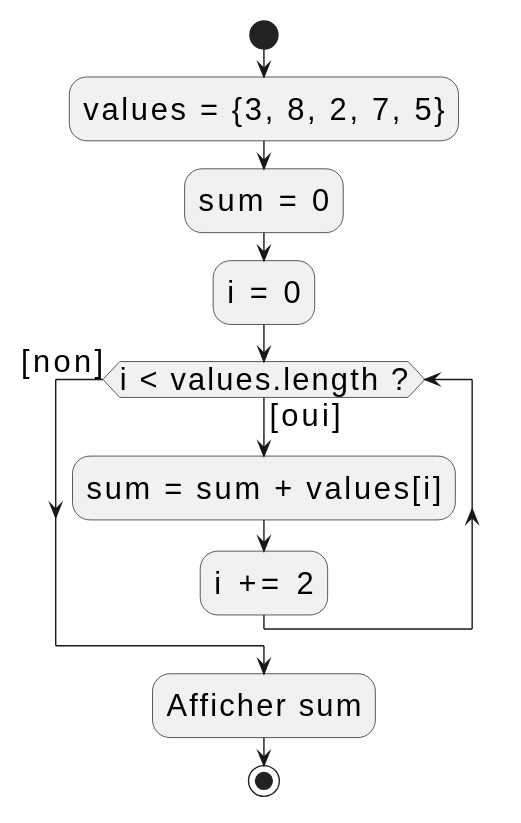
heig-vd-progim-course/heig-vd-progim1-course keeps this PlantUML diagram as materiel/08-tableaux-et-lancement-du-mini-projet/diagrammes/a11.svg. Above is the earlier version. Source of this version:
```plantuml
@startuml
skinparam backgroundColor transparent
skinparam defaultFontName sans-serif
skinparam defaultFontSize 22
!pragma useVerticalIf on

start
:values = {3, 8, 2, 7, 5};
:sum = 0;
:i = 0;
while (i < values.length ?) is ([oui])
  :sum = sum + values[i];
  :i += 2;
endwhile ([non])
:Afficher sum;
stop
@enduml
```
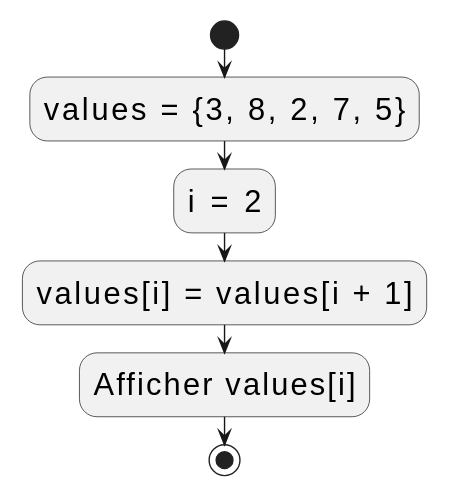
The same diagram one commit later.

The edit, as a diff of the source:
```diff
@@ -6,12 +6,8 @@
 
 start
 :values = {3, 8, 2, 7, 5};
-:sum = 0;
-:i = 0;
-while (i < values.length ?) is ([oui])
-  :sum = sum + values[i];
-  :i += 2;
-endwhile ([non])
-:Afficher sum;
+:i = 2;
+:values[i] = values[i + 1];
+:Afficher values[i];
 stop
 @enduml
```
